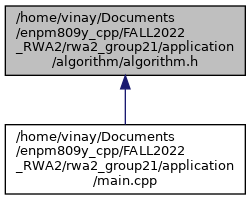
The Graphviz diagram docs/algorithm_8h__dep__incl.png in darshit-desai/Maze-Solver-simulation-using-Wall-Following-Algorithm-OOP, before a commit. Its source is kept beside it as docs/algorithm_8h__dep__incl.dot.
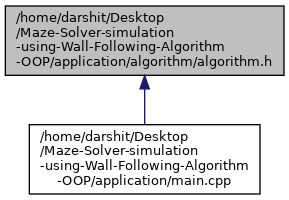
Later version of the same file.

What changed in the source:
```diff
@@ -1,8 +1,9 @@
-digraph "application/algorithm/algorithm.h"
+digraph "D:/Maze-Solver-simulation-using-Wall-Following-Algorithm-OOP/application/algorithm/algorithm.h"
 {
-  edge [fontname="Helvetica",fontsize="10",labelfontname="Helvetica",labelfontsize="10"];
-  node [fontname="Helvetica",fontsize="10",shape=record];
-  Node1 [label="application/algorithm\l/algorithm.h",height=0.2,width=0.4,color="black", fillcolor="grey75", style="filled", fontcolor="black",tooltip="This file contains the implementation details for algorithm class."];
-  Node1 -> Node2 [dir="back",color="midnightblue",fontsize="10",style="solid",fontname="Helvetica"];
-  Node2 [label="application/main.cpp",height=0.2,width=0.4,color="black", fillcolor="white", style="filled",URL="$main_8cpp.html",tooltip="This is the main class which is built in the Simulator and used to call all other classes."];
+  bgcolor="transparent";
+  edge [fontname=Helvetica,fontsize=10,labelfontname=Helvetica,labelfontsize=10];
+  node [fontname=Helvetica,fontsize=10,shape=box,height=0.2,width=0.4];
+  Node1 [id="Node000001",label="D:/Maze-Solver-simulation\l-using-Wall-Following-Algorithm\l-OOP/application/algorithm/algorithm.h",height=0.2,width=0.4,color="gray40", fillcolor="grey60", style="filled", fontcolor="black",tooltip="This file contains the implementation details for algorithm class."];
+  Node1 -> Node2 [id="edge1_Node000001_Node000002",dir="back",color="steelblue1",style="solid",tooltip=" "];
+  Node2 [id="Node000002",label="D:/Maze-Solver-simulation\l-using-Wall-Following-Algorithm\l-OOP/application/main.cpp",height=0.2,width=0.4,color="grey40", fillcolor="white", style="filled",URL="$main_8cpp.html",tooltip="This is the main class which is built in the Simulator and used to call all other classes."];
 }
```
